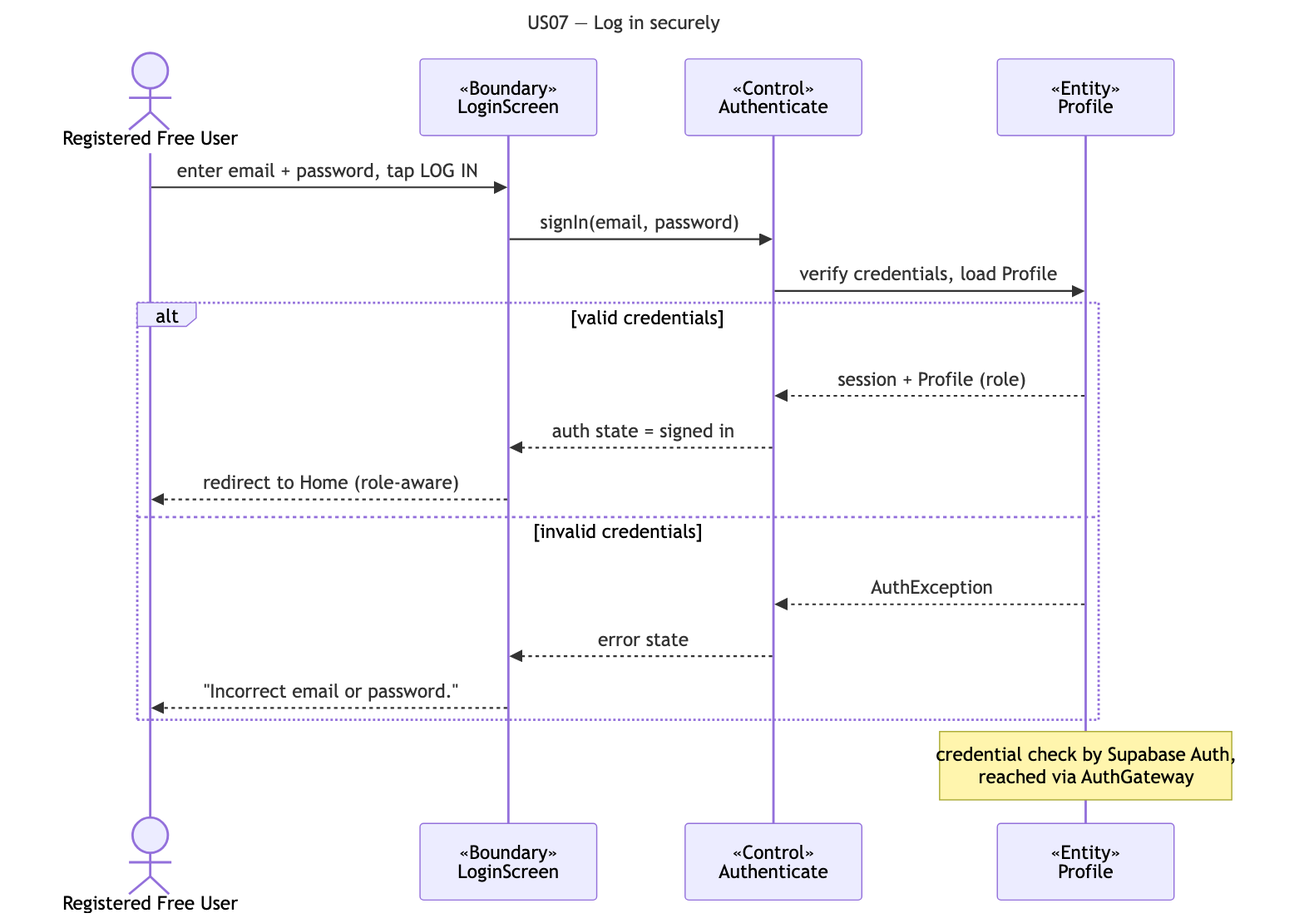
The Mermaid diagram docs/deliverables/sequence-diagrams/US07-log-in.png in cyuanjun/FYP-26-S2-37-app, before a commit. Its source is kept beside it as docs/deliverables/sequence-diagrams/src/US07-log-in.mmd.
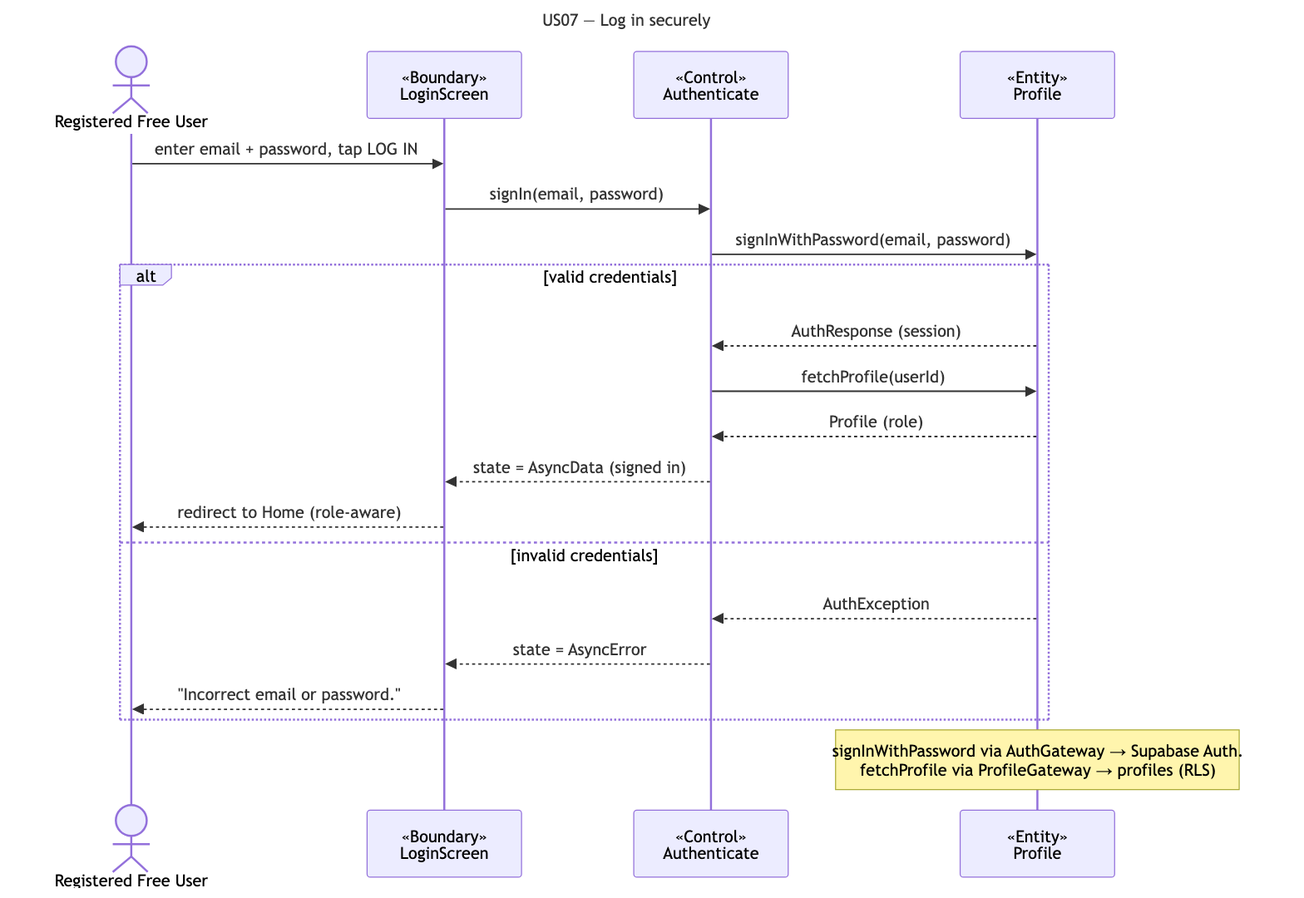
After the commit.

Diff of the diagram source:
```diff
@@ -8,14 +8,16 @@
   participant E as «Entity»<br/>Profile
   A->>B: enter email + password, tap LOG IN
   B->>C: signIn(email, password)
-  C->>E: verify credentials, load Profile
+  C->>E: signInWithPassword(email, password)
   alt valid credentials
-    E-->>C: session + Profile (role)
-    C-->>B: auth state = signed in
+    E-->>C: AuthResponse (session)
+    C->>E: fetchProfile(userId)
+    E-->>C: Profile (role)
+    C-->>B: state = AsyncData (signed in)
     B-->>A: redirect to Home (role-aware)
   else invalid credentials
     E-->>C: AuthException
-    C-->>B: error state
+    C-->>B: state = AsyncError
     B-->>A: "Incorrect email or password."
   end
-  note over E: credential check by Supabase Auth,<br/>reached via AuthGateway
+  note over E: signInWithPassword via AuthGateway → Supabase Auth.<br/>fetchProfile via ProfileGateway → profiles (RLS)
```
